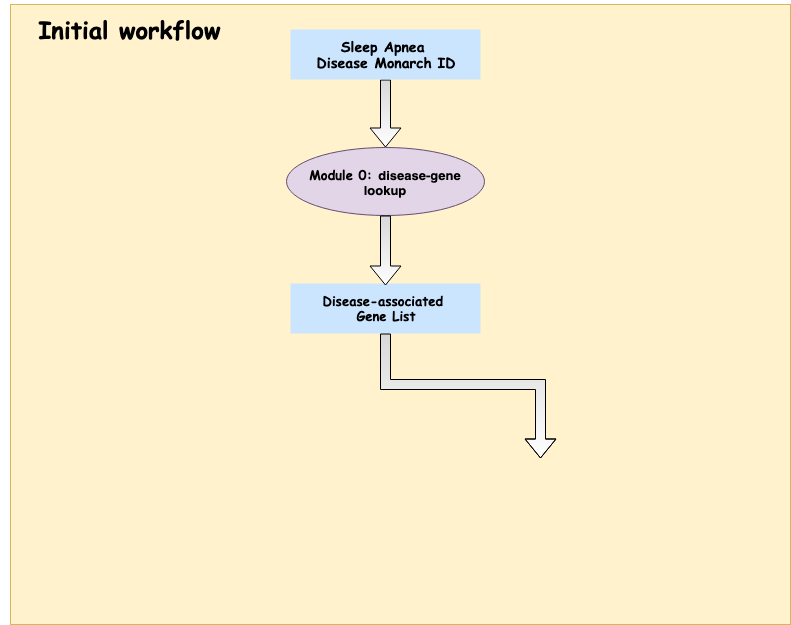
This is workflow2_diagram.png from imxiaow/SleepApnea-Presentation, a draw.io export, as it was before one commit. Source tidied: cells renumbered, new cells last; positions are measured from the earlier drawing's top-left corner, leaving out a move shared by most shapes. The source it was exported from:
```xml
<mxGraphModel>
  <root>
    <mxCell id="0" />
    <mxCell id="1" parent="0" />
    <mxCell id="2" style="rounded=0;whiteSpace=wrap;html=1;fillColor=#fff2cc;strokeColor=#d6b656;" parent="1" vertex="1">
      <mxGeometry x="10" width="780" height="620" as="geometry" />
    </mxCell>
    <mxCell id="3" value="&lt;h1&gt;&lt;b&gt;&lt;font face=&quot;Comic Sans MS&quot;&gt;Initial workflow&amp;nbsp;&lt;/font&gt;&lt;/b&gt;&lt;/h1&gt;" style="text;html=1;strokeColor=none;fillColor=none;align=center;verticalAlign=middle;whiteSpace=wrap;rounded=0;" parent="1" vertex="1">
      <mxGeometry y="10" width="270" height="30" as="geometry" />
    </mxCell>
    <mxCell id="4" style="edgeStyle=orthogonalEdgeStyle;rounded=0;jettySize=auto;html=1;shape=flexArrow;fillColor=#D9D9D9;gradientColor=#ffffff;entryX=0.5;entryY=0;entryDx=0;entryDy=0;" parent="1" edge="1" source="5" target="7">
      <mxGeometry relative="1" as="geometry" />
    </mxCell>
    <mxCell id="5" value="&lt;h3&gt;&lt;font face=&quot;Comic Sans MS&quot;&gt;Sleep Apnea&amp;nbsp;&lt;br&gt;&lt;/font&gt;&lt;font face=&quot;Comic Sans MS&quot;&gt;Disease&amp;nbsp;&lt;span&gt;Monarch ID&lt;/span&gt;&lt;/font&gt;&lt;/h3&gt;" style="rounded=0;whiteSpace=wrap;html=1;fillColor=#cce5ff;strokeColor=none;" parent="1" vertex="1">
      <mxGeometry x="290" y="25" width="190" height="50" as="geometry" />
    </mxCell>
    <mxCell id="6" value="&lt;h4 style=&quot;font-size: 13px&quot;&gt;&lt;font face=&quot;Comic Sans MS&quot; style=&quot;font-size: 13px&quot;&gt;Disease-associated&amp;nbsp;&lt;br&gt;&lt;/font&gt;&lt;font face=&quot;Comic Sans MS&quot; style=&quot;font-size: 13px&quot;&gt;Gene List&lt;/font&gt;&lt;/h4&gt;" style="rounded=0;whiteSpace=wrap;html=1;fillColor=#cce5ff;strokeColor=none;" parent="1" vertex="1">
      <mxGeometry x="290" y="279" width="190" height="50" as="geometry" />
    </mxCell>
    <mxCell id="7" value="&lt;h3&gt;&lt;/h3&gt;&lt;h3 style=&quot;font-size: 13px&quot;&gt;&lt;font face=&quot;Comic Sans MS&quot; style=&quot;font-size: 13px&quot;&gt;Module 0:&amp;nbsp;&lt;/font&gt;disease-gene lookup&lt;/h3&gt;" style="ellipse;whiteSpace=wrap;html=1;fillColor=#e1d5e7;strokeColor=#654E70;gradientColor=none;" parent="1" vertex="1">
      <mxGeometry x="286" y="143" width="198" height="68" as="geometry" />
    </mxCell>
    <mxCell id="8" style="edgeStyle=orthogonalEdgeStyle;rounded=0;orthogonalLoop=1;jettySize=auto;html=1;shape=flexArrow;fillColor=#D9D9D9;gradientColor=#ffffff;entryX=0.5;entryY=0;entryDx=0;entryDy=0;" parent="1" edge="1">
      <mxGeometry relative="1" as="geometry">
        <mxPoint x="385" y="211" as="sourcePoint" />
        <mxPoint x="385" y="281" as="targetPoint" />
      </mxGeometry>
    </mxCell>
    <mxCell id="9" style="edgeStyle=elbowEdgeStyle;elbow=vertical;startArrow=none;endArrow=block;rounded=0;fillColor=#D9D9D9;gradientColor=#ffffff;fontFamily=Comic Sans MS;shape=flexArrow;strokeColor=#000000;entryX=0.5;entryY=0;entryDx=0;entryDy=0;exitX=0.5;exitY=1;exitDx=0;exitDy=0;" parent="1" edge="1" source="6">
      <mxGeometry relative="1" as="geometry">
        <mxPoint x="540" y="454" as="targetPoint" />
        <Array as="points">
          <mxPoint x="490" y="380" />
        </Array>
      </mxGeometry>
    </mxCell>
  </root>
</mxGraphModel>
```
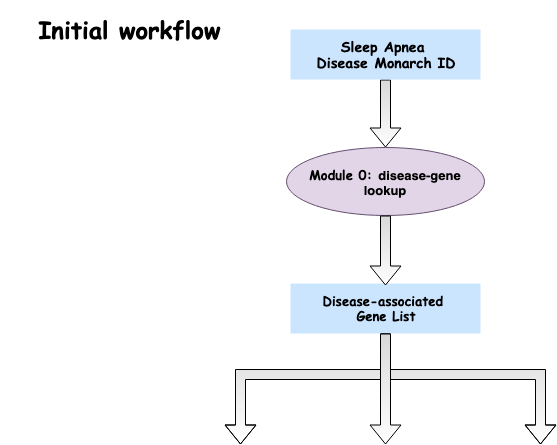
The same diagram one commit later.

The edit, as a diff of the source:
```diff
@@ -2,9 +2,6 @@
   <root>
     <mxCell id="0" />
     <mxCell id="1" parent="0" />
-    <mxCell id="2" style="rounded=0;whiteSpace=wrap;html=1;fillColor=#fff2cc;strokeColor=#d6b656;" parent="1" vertex="1">
-      <mxGeometry x="10" width="780" height="620" as="geometry" />
-    </mxCell>
     <mxCell id="3" value="&lt;h1&gt;&lt;b&gt;&lt;font face=&quot;Comic Sans MS&quot;&gt;Initial workflow&amp;nbsp;&lt;/font&gt;&lt;/b&gt;&lt;/h1&gt;" style="text;html=1;strokeColor=none;fillColor=none;align=center;verticalAlign=middle;whiteSpace=wrap;rounded=0;" parent="1" vertex="1">
       <mxGeometry y="10" width="270" height="30" as="geometry" />
     </mxCell>
@@ -26,13 +23,28 @@
         <mxPoint x="385" y="281" as="targetPoint" />
       </mxGeometry>
     </mxCell>
-    <mxCell id="9" style="edgeStyle=elbowEdgeStyle;elbow=vertical;startArrow=none;endArrow=block;rounded=0;fillColor=#D9D9D9;gradientColor=#ffffff;fontFamily=Comic Sans MS;shape=flexArrow;strokeColor=#000000;entryX=0.5;entryY=0;entryDx=0;entryDy=0;exitX=0.5;exitY=1;exitDx=0;exitDy=0;" parent="1" edge="1" source="6">
+    <mxCell id="9" style="edgeStyle=elbowEdgeStyle;elbow=vertical;startArrow=none;endArrow=block;rounded=0;fillColor=#D9D9D9;gradientColor=#ffffff;fontFamily=Comic Sans MS;shape=flexArrow;strokeColor=#000000;" parent="1" edge="1">
       <mxGeometry relative="1" as="geometry">
-        <mxPoint x="540" y="454" as="targetPoint" />
+        <mxPoint x="385" y="329" as="sourcePoint" />
+        <mxPoint x="540" y="440" as="targetPoint" />
         <Array as="points">
-          <mxPoint x="490" y="380" />
+          <mxPoint x="470" y="370" />
         </Array>
       </mxGeometry>
     </mxCell>
+    <mxCell id="10" style="edgeStyle=elbowEdgeStyle;elbow=vertical;startArrow=none;endArrow=block;rounded=0;fillColor=#D9D9D9;gradientColor=#ffffff;fontFamily=Comic Sans MS;shape=flexArrow;strokeColor=#000000;exitX=0.5;exitY=1;exitDx=0;exitDy=0;" parent="1" edge="1" source="6">
+      <mxGeometry relative="1" as="geometry">
+        <mxPoint x="240" y="440" as="targetPoint" />
+        <Array as="points">
+          <mxPoint x="340" y="370" />
+        </Array>
+      </mxGeometry>
+    </mxCell>
+    <mxCell id="11" style="edgeStyle=orthogonalEdgeStyle;rounded=0;orthogonalLoop=1;jettySize=auto;html=1;shape=flexArrow;fillColor=#D9D9D9;gradientColor=#ffffff;" parent="1" edge="1">
+      <mxGeometry relative="1" as="geometry">
+        <mxPoint x="385" y="329" as="sourcePoint" />
+        <mxPoint x="385" y="440" as="targetPoint" />
+      </mxGeometry>
+    </mxCell>
   </root>
 </mxGraphModel>
```
